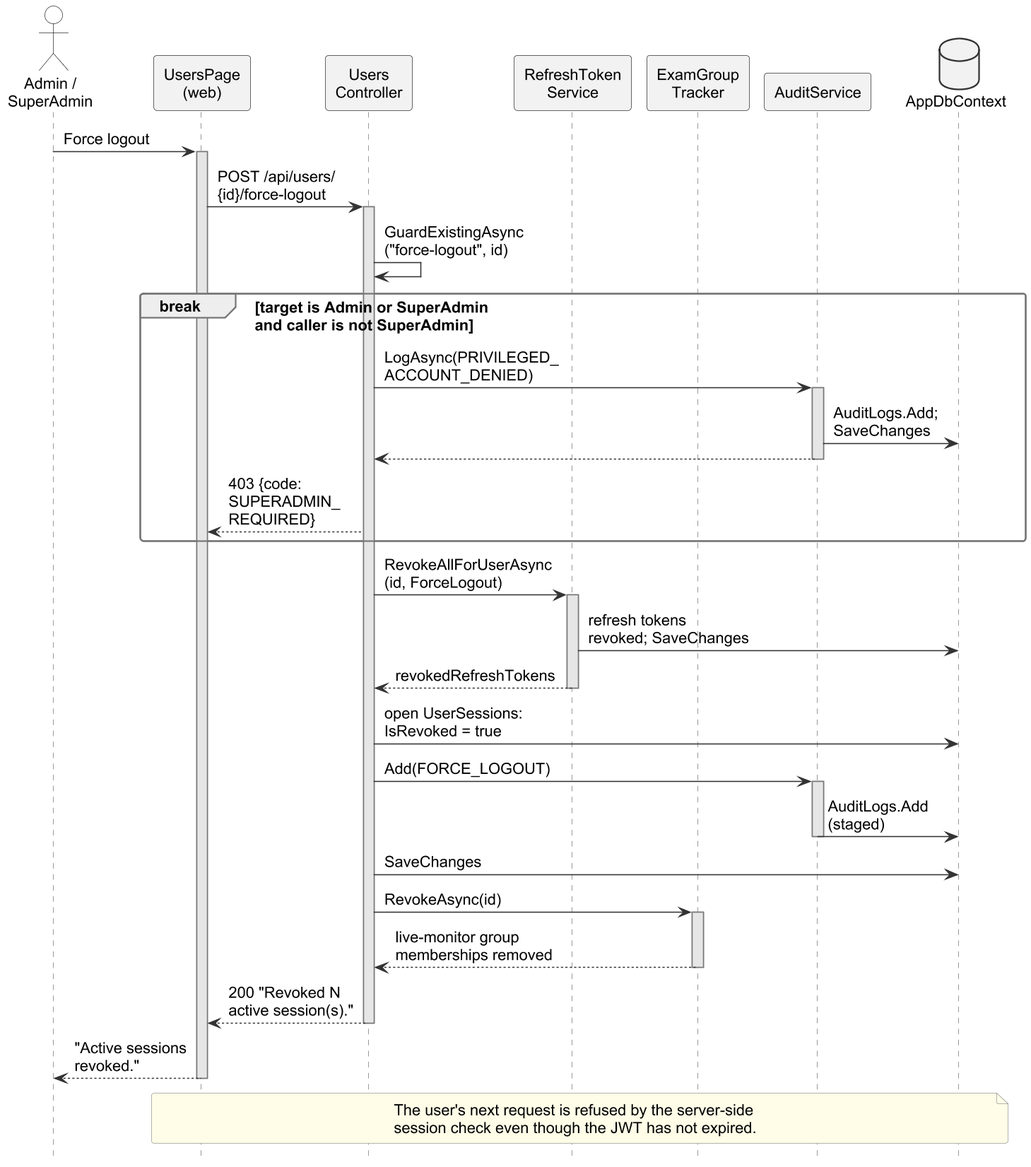
This is important docs/fyp_doc_3chatp/Figures/seq_users_d.png from Haiderali27-hub/AI-Lab-Monitoring-, a PlantUML export, as it was before one commit. Source of this version:
```plantuml
@startuml
!include style.iuml
skinparam defaultFontSize 14
skinparam ArrowFontSize 14
skinparam maxMessageSize 200
hide footbox
hide unlinked
skinparam ParticipantPadding 2
skinparam BoxPadding 0
skinparam sequence {
  MessageAlign left
  LifeLineBackgroundColor #E6E6E6
}

actor "Admin /\nSuperAdmin" as A
participant "UsersPage\n(web)" as UI
participant "Users\nController" as UC
participant "RefreshToken\nService" as RT
participant "ExamGroup\nTracker" as EG
participant "AuditService" as AS
database "AppDbContext" as DB

A -> UI : Force logout
activate UI
UI -> UC : POST /api/users/\n{id}/force-logout
activate UC
UC -> UC : GuardExistingAsync\n("force-logout", id)
break target is Admin or SuperAdmin\nand caller is not SuperAdmin
  UC -> AS : LogAsync(PRIVILEGED_\nACCOUNT_DENIED)
  activate AS
  AS -> DB : AuditLogs.Add;\nSaveChanges
  AS --> UC
  deactivate AS
  UC --> UI : 403 {code:\nSUPERADMIN_\nREQUIRED}
end
UC -> RT : RevokeAllForUserAsync\n(id, ForceLogout)
activate RT
RT -> DB : refresh tokens\nrevoked; SaveChanges
RT --> UC : revokedRefreshTokens
deactivate RT
UC -> DB : open UserSessions:\nIsRevoked = true
UC -> AS : Add(FORCE_LOGOUT)
activate AS
AS -> DB : AuditLogs.Add\n(staged)
deactivate AS
UC -> DB : SaveChanges
UC -> EG : RevokeAsync(id)
activate EG
EG --> UC : live-monitor group\nmemberships removed
deactivate EG
UC --> UI : 200 "Revoked N\nactive session(s)."
deactivate UC
UI --> A : "Active sessions\nrevoked."
deactivate UI
note over UI, DB : The user's next request is refused by the server-side\nsession check even though the JWT has not expired.
@enduml
```
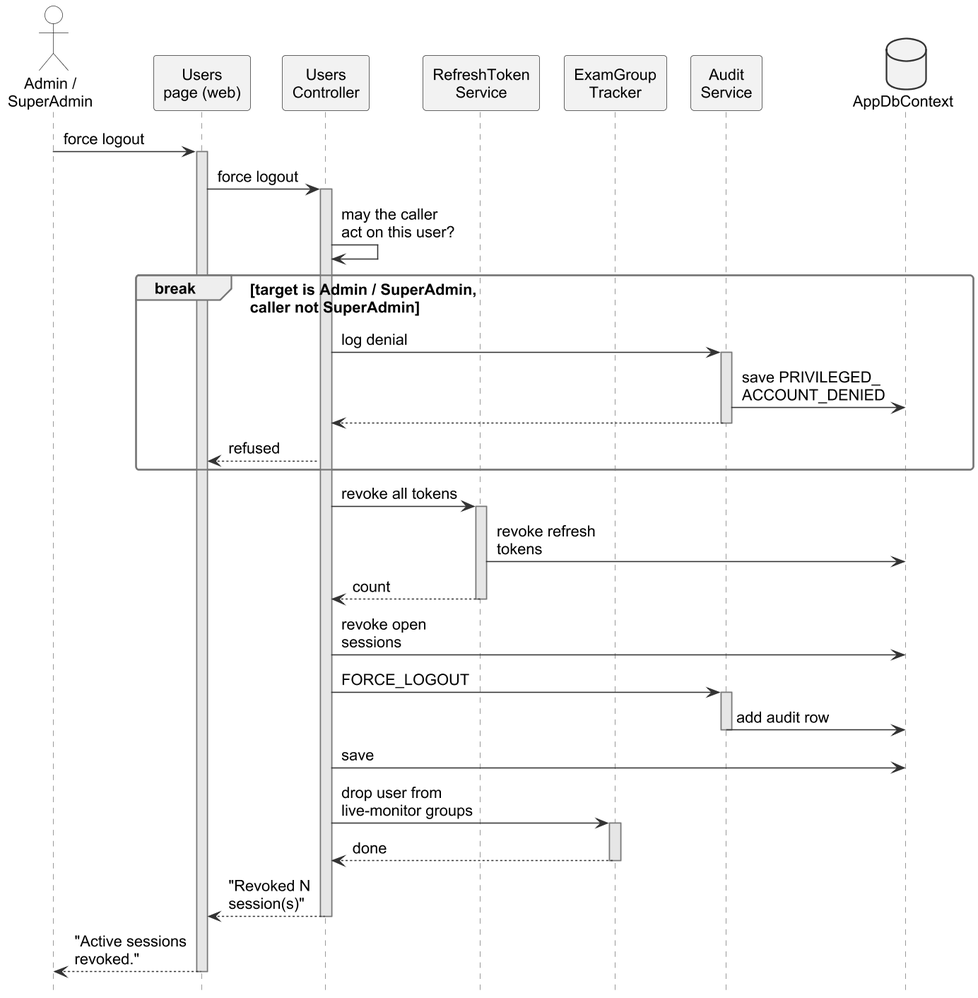
Later version of the same file.

The edit, as a diff of the source:
```diff
@@ -5,7 +5,7 @@
 skinparam maxMessageSize 200
 hide footbox
 hide unlinked
-skinparam ParticipantPadding 2
+skinparam ParticipantPadding 6
 skinparam BoxPadding 0
 skinparam sequence {
   MessageAlign left
@@ -13,44 +13,43 @@
 }
 
 actor "Admin /\nSuperAdmin" as A
-participant "UsersPage\n(web)" as UI
+participant "Users\npage (web)" as UI
 participant "Users\nController" as UC
 participant "RefreshToken\nService" as RT
 participant "ExamGroup\nTracker" as EG
-participant "AuditService" as AS
+participant "Audit\nService" as AS
 database "AppDbContext" as DB
 
-A -> UI : Force logout
+A -> UI : force logout
 activate UI
-UI -> UC : POST /api/users/\n{id}/force-logout
+UI -> UC : force logout
 activate UC
-UC -> UC : GuardExistingAsync\n("force-logout", id)
-break target is Admin or SuperAdmin\nand caller is not SuperAdmin
-  UC -> AS : LogAsync(PRIVILEGED_\nACCOUNT_DENIED)
+UC -> UC : may the caller\nact on this user?
+break target is Admin / SuperAdmin,\ncaller not SuperAdmin
+  UC -> AS : log denial
   activate AS
-  AS -> DB : AuditLogs.Add;\nSaveChanges
+  AS -> DB : save PRIVILEGED_\nACCOUNT_DENIED
   AS --> UC
   deactivate AS
-  UC --> UI : 403 {code:\nSUPERADMIN_\nREQUIRED}
+  UC --> UI : refused
 end
-UC -> RT : RevokeAllForUserAsync\n(id, ForceLogout)
+UC -> RT : revoke all tokens
 activate RT
-RT -> DB : refresh tokens\nrevoked; SaveChanges
-RT --> UC : revokedRefreshTokens
+RT -> DB : revoke refresh\ntokens
+RT --> UC : count
 deactivate RT
-UC -> DB : open UserSessions:\nIsRevoked = true
-UC -> AS : Add(FORCE_LOGOUT)
+UC -> DB : revoke open\nsessions
+UC -> AS : FORCE_LOGOUT
 activate AS
-AS -> DB : AuditLogs.Add\n(staged)
+AS -> DB : add audit row
 deactivate AS
-UC -> DB : SaveChanges
-UC -> EG : RevokeAsync(id)
+UC -> DB : save
+UC -> EG : drop user from\nlive-monitor groups
 activate EG
-EG --> UC : live-monitor group\nmemberships removed
+EG --> UC : done
 deactivate EG
-UC --> UI : 200 "Revoked N\nactive session(s)."
+UC --> UI : "Revoked N\nsession(s)"
 deactivate UC
 UI --> A : "Active sessions\nrevoked."
 deactivate UI
-note over UI, DB : The user's next request is refused by the server-side\nsession check even though the JWT has not expired.
 @enduml
```
